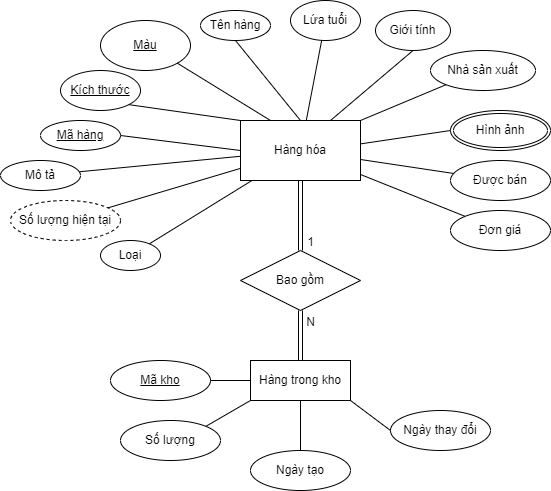
Earlier version of the draw.io export img/database/erd/shop_online-hàng.png (hienbui-iwrp/DACN_report). Source tidied: cells renumbered, new cells last; positions are measured from the earlier drawing's top-left corner, leaving out a move shared by most shapes.
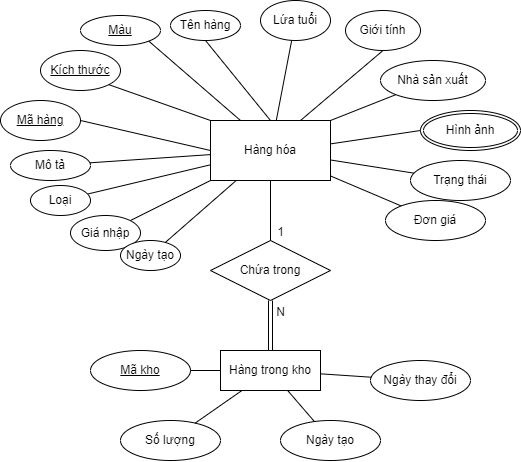
After the change.

Diff of the diagram source:
```diff
@@ -18,7 +18,7 @@
       <mxGeometry x="240" y="120" width="120" height="60" as="geometry" />
     </mxCell>
     <mxCell id="7" value="&lt;u&gt;Mã hàng&lt;/u&gt;" style="ellipse;whiteSpace=wrap;html=1;" parent="1" vertex="1">
-      <mxGeometry x="40" y="120" width="80" height="30" as="geometry" />
+      <mxGeometry x="30" y="100" width="80" height="40" as="geometry" />
     </mxCell>
     <mxCell id="8" style="endArrow=none;html=1;rounded=0;exitX=0;exitY=0.5;exitDx=0;exitDy=0;entryX=1;entryY=0.5;entryDx=0;entryDy=0;endFill=0;" parent="1" edge="1" source="6" target="7">
       <mxGeometry relative="1" as="geometry" />
@@ -36,7 +36,7 @@
       <mxGeometry relative="1" as="geometry" />
     </mxCell>
     <mxCell id="13" value="Nhà sản xuất" style="ellipse;whiteSpace=wrap;html=1;" parent="1" vertex="1">
-      <mxGeometry x="430" y="50" width="105" height="40" as="geometry" />
+      <mxGeometry x="410" y="60" width="105" height="40" as="geometry" />
     </mxCell>
     <mxCell id="14" style="endArrow=none;html=1;rounded=0;exitX=1;exitY=0;exitDx=0;exitDy=0;entryX=0;entryY=1;entryDx=0;entryDy=0;endFill=0;" parent="1" edge="1" source="6" target="13">
       <mxGeometry relative="1" as="geometry" />
@@ -48,33 +48,27 @@
       <mxGeometry relative="1" as="geometry" />
     </mxCell>
     <mxCell id="17" value="&lt;u&gt;Kích thước&lt;/u&gt;" style="ellipse;whiteSpace=wrap;html=1;align=center;" parent="1" vertex="1">
-      <mxGeometry x="60" y="70" width="80" height="40" as="geometry" />
+      <mxGeometry x="70" y="50" width="80" height="40" as="geometry" />
     </mxCell>
     <mxCell id="18" style="endArrow=none;html=1;rounded=0;entryX=1;entryY=1;entryDx=0;entryDy=0;exitX=0;exitY=0;exitDx=0;exitDy=0;" parent="1" edge="1" source="6" target="17">
       <mxGeometry relative="1" as="geometry" />
     </mxCell>
     <mxCell id="19" value="&lt;u&gt;Màu&lt;/u&gt;" style="ellipse;whiteSpace=wrap;html=1;align=center;" parent="1" vertex="1">
-      <mxGeometry x="100" y="20" width="90" height="50" as="geometry" />
+      <mxGeometry x="110" y="15" width="80" height="30" as="geometry" />
     </mxCell>
     <mxCell id="20" style="endArrow=none;html=1;rounded=0;exitX=1;exitY=1;exitDx=0;exitDy=0;entryX=0.25;entryY=0;entryDx=0;entryDy=0;" parent="1" edge="1" source="19" target="6">
       <mxGeometry relative="1" as="geometry" />
     </mxCell>
-    <mxCell id="21" value="Số lượng hiện tại" style="ellipse;whiteSpace=wrap;html=1;align=center;dashed=1;" parent="1" vertex="1">
-      <mxGeometry x="10" y="200" width="110" height="40" as="geometry" />
-    </mxCell>
-    <mxCell id="22" style="endArrow=none;html=1;rounded=0;" parent="1" edge="1" source="6" target="21">
-      <mxGeometry relative="1" as="geometry" />
-    </mxCell>
-    <mxCell id="23" value="Được bán" style="ellipse;whiteSpace=wrap;html=1;align=center;" parent="1" vertex="1">
-      <mxGeometry x="450" y="160" width="100" height="40" as="geometry" />
+    <mxCell id="23" value="Trạng thái" style="ellipse;whiteSpace=wrap;html=1;align=center;" parent="1" vertex="1">
+      <mxGeometry x="440" y="160" width="100" height="40" as="geometry" />
     </mxCell>
     <mxCell id="24" style="endArrow=none;html=1;rounded=0;" parent="1" edge="1" source="6" target="23">
       <mxGeometry relative="1" as="geometry" />
     </mxCell>
-    <mxCell id="25" value="Bao gồm" style="shape=rhombus;perimeter=rhombusPerimeter;whiteSpace=wrap;html=1;align=center;" parent="1" vertex="1">
-      <mxGeometry x="240" y="250" width="120" height="60" as="geometry" />
+    <mxCell id="25" value="Chứa trong" style="shape=rhombus;perimeter=rhombusPerimeter;whiteSpace=wrap;html=1;align=center;" parent="1" vertex="1">
+      <mxGeometry x="240" y="240" width="120" height="60" as="geometry" />
     </mxCell>
-    <mxCell id="26" style="shape=link;html=1;rounded=0;exitX=0.5;exitY=1;exitDx=0;exitDy=0;entryX=0.5;entryY=0;entryDx=0;entryDy=0;" parent="1" edge="1" source="6" target="25">
+    <mxCell id="26" style="html=1;rounded=0;exitX=0.5;exitY=1;exitDx=0;exitDy=0;entryX=0.5;entryY=0;entryDx=0;entryDy=0;endArrow=none;endFill=0;" parent="1" edge="1" source="6" target="25">
       <mxGeometry relative="1" as="geometry" />
     </mxCell>
     <mxCell id="27" value="1" style="html=1;align=right;verticalAlign=bottom;" parent="26" vertex="1">
@@ -83,7 +77,7 @@
       </mxGeometry>
     </mxCell>
     <mxCell id="28" value="Hàng trong kho" style="whiteSpace=wrap;html=1;align=center;" parent="1" vertex="1">
-      <mxGeometry x="250" y="360" width="100" height="40" as="geometry" />
+      <mxGeometry x="250" y="350" width="100" height="40" as="geometry" />
     </mxCell>
     <mxCell id="29" style="shape=link;html=1;rounded=0;exitX=0.5;exitY=0;exitDx=0;exitDy=0;entryX=0.5;entryY=1;entryDx=0;entryDy=0;" parent="1" edge="1" source="28" target="25">
       <mxGeometry relative="1" as="geometry" />
@@ -94,40 +88,52 @@
       </mxGeometry>
     </mxCell>
     <mxCell id="31" value="Mã kho" style="ellipse;whiteSpace=wrap;html=1;align=center;fontStyle=4;" parent="1" vertex="1">
-      <mxGeometry x="110" y="360" width="100" height="40" as="geometry" />
+      <mxGeometry x="120" y="350" width="100" height="40" as="geometry" />
     </mxCell>
-    <mxCell id="32" style="endArrow=none;html=1;rounded=0;entryX=0;entryY=0.5;entryDx=0;entryDy=0;exitX=1;exitY=0.5;exitDx=0;exitDy=0;" parent="1" edge="1" source="31" target="28">
+    <mxCell id="32" style="endArrow=none;html=1;rounded=0;" parent="1" edge="1" source="31" target="28">
       <mxGeometry relative="1" as="geometry" />
     </mxCell>
     <mxCell id="33" value="Số lượng" style="ellipse;whiteSpace=wrap;html=1;align=center;" parent="1" vertex="1">
-      <mxGeometry x="120" y="420" width="100" height="40" as="geometry" />
+      <mxGeometry x="150" y="420" width="100" height="40" as="geometry" />
     </mxCell>
-    <mxCell id="34" style="endArrow=none;html=1;rounded=0;entryX=0;entryY=1;entryDx=0;entryDy=0;exitX=1;exitY=0;exitDx=0;exitDy=0;" parent="1" edge="1" source="33" target="28">
+    <mxCell id="34" style="endArrow=none;html=1;rounded=0;" parent="1" edge="1" source="33" target="28">
       <mxGeometry relative="1" as="geometry" />
     </mxCell>
     <mxCell id="35" value="Ngày tạo" style="ellipse;whiteSpace=wrap;html=1;align=center;" parent="1" vertex="1">
-      <mxGeometry x="250" y="450" width="100" height="40" as="geometry" />
+      <mxGeometry x="310" y="420" width="100" height="40" as="geometry" />
     </mxCell>
-    <mxCell id="36" style="endArrow=none;html=1;rounded=0;entryX=0.5;entryY=1;entryDx=0;entryDy=0;exitX=0.5;exitY=0;exitDx=0;exitDy=0;" parent="1" edge="1" source="35" target="28">
+    <mxCell id="36" style="endArrow=none;html=1;rounded=0;" parent="1" edge="1" source="35" target="28">
       <mxGeometry relative="1" as="geometry" />
     </mxCell>
     <mxCell id="37" value="Ngày thay đổi" style="ellipse;whiteSpace=wrap;html=1;align=center;" parent="1" vertex="1">
-      <mxGeometry x="390" y="410" width="100" height="40" as="geometry" />
+      <mxGeometry x="400" y="360" width="100" height="40" as="geometry" />
     </mxCell>
-    <mxCell id="38" style="endArrow=none;html=1;rounded=0;exitX=1;exitY=1;exitDx=0;exitDy=0;entryX=0;entryY=0.5;entryDx=0;entryDy=0;" parent="1" edge="1" source="28" target="37">
+    <mxCell id="38" style="endArrow=none;html=1;rounded=0;" parent="1" edge="1" source="28" target="37">
       <mxGeometry relative="1" as="geometry" />
     </mxCell>
     <mxCell id="39" value="Lứa tuổi" style="ellipse;whiteSpace=wrap;html=1;" parent="1" vertex="1">
       <mxGeometry x="290" width="70" height="40" as="geometry" />
     </mxCell>
     <mxCell id="40" value="Loại" style="ellipse;whiteSpace=wrap;html=1;align=center;" parent="1" vertex="1">
-      <mxGeometry x="100" y="240" width="60" height="30" as="geometry" />
+      <mxGeometry x="60" y="185" width="60" height="30" as="geometry" />
     </mxCell>
     <mxCell id="41" value="Đơn giá" style="ellipse;whiteSpace=wrap;html=1;align=center;" parent="1" vertex="1">
-      <mxGeometry x="450" y="210" width="100" height="40" as="geometry" />
+      <mxGeometry x="415" y="200" width="100" height="40" as="geometry" />
     </mxCell>
     <mxCell id="42" value="Mô tả" style="ellipse;whiteSpace=wrap;html=1;align=center;" parent="1" vertex="1">
-      <mxGeometry y="160" width="80" height="30" as="geometry" />
+      <mxGeometry x="40" y="150" width="80" height="30" as="geometry" />
     </mxCell>
+    <mxCell id="43" style="edgeStyle=none;rounded=0;jettySize=auto;html=1;endArrow=none;endFill=0;" parent="1" edge="1" source="44" target="6">
+      <mxGeometry relative="1" as="geometry" />
+    </mxCell>
+    <mxCell id="44" value="Giá nhập" style="ellipse;whiteSpace=wrap;html=1;align=center;" parent="1" vertex="1">
+      <mxGeometry x="100" y="215" width="70" height="35" as="geometry" />
+    </mxCell>
+    <mxCell id="45" style="edgeStyle=none;rounded=0;jettySize=auto;html=1;endArrow=none;endFill=0;" parent="1" edge="1" source="46" target="6">
+      <mxGeometry relative="1" as="geometry" />
+    </mxCell>
+    <mxCell id="46" value="Ngày tạo" style="ellipse;whiteSpace=wrap;html=1;align=center;" parent="1" vertex="1">
+      <mxGeometry x="150" y="240" width="60" height="30" as="geometry" />
+    </mxCell>
   </root>
 </mxGraphModel>
```
